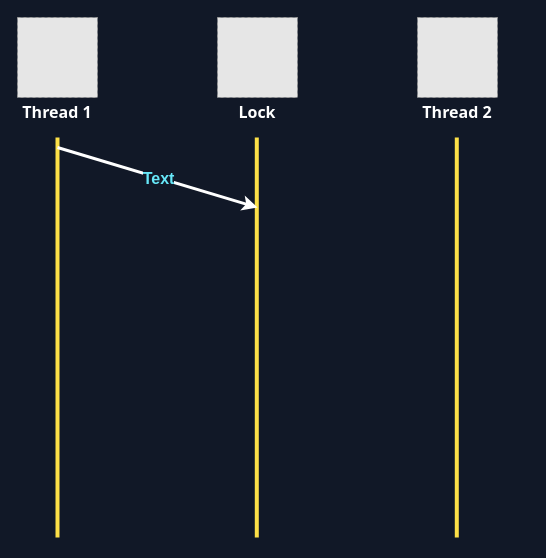
Above: page "Page-2" (2 of 2) of thread_and_process/Thread and Process.drawio in rain1024/python-adventure (draw.io), before the change. Source tidied: cells renumbered, new cells numbered last; positions are measured from the earlier drawing's top-left corner, leaving out a move shared by most shapes. Both pictures are drawn from the tidied source at 100%, with x=0, y=0 at pixel (17, 17). Pictures stored in the file or linked from it are replaced by grey dashed boxes.
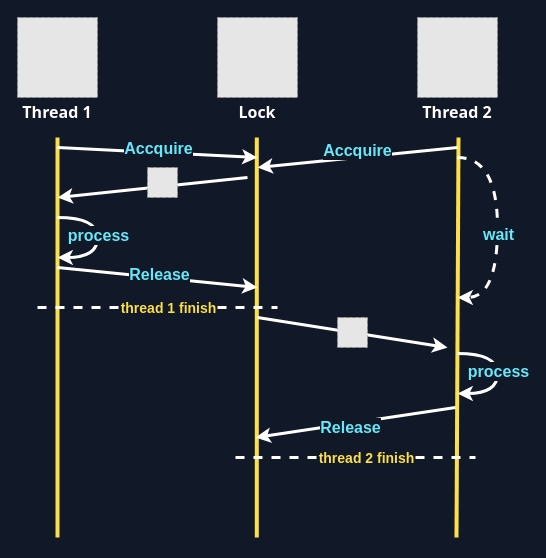
After the change.

The edit, as a diff of the source:
```diff
@@
     <mxCell id="10" style="endArrow=none;html=1;rounded=0;strokeWidth=4;strokeColor=#FDE047;" parent="1" edge="1">
       <mxGeometry relative="1" as="geometry">
-        <mxPoint x="439.3" y="520" as="sourcePoint" />
-        <mxPoint x="439.3" y="120" as="targetPoint" />
+        <mxPoint x="439" y="520" as="sourcePoint" />
+        <mxPoint x="441" y="120" as="targetPoint" />
       </mxGeometry>
     </mxCell>
     <mxCell id="11" style="endArrow=classic;html=1;rounded=0;strokeWidth=3;strokeColor=#FFFFFF;" parent="1" edge="1">
       <mxGeometry relative="1" as="geometry">
         <mxPoint x="40" y="130" as="sourcePoint" />
-        <mxPoint x="240" y="190" as="targetPoint" />
+        <mxPoint x="240" y="140" as="targetPoint" />
       </mxGeometry>
     </mxCell>
-    <mxCell id="12" value="&lt;span&gt;&lt;font style=&quot;font-size: 16px; color: rgb(103, 232, 249);&quot;&gt;&lt;b&gt;Text&lt;/b&gt;&lt;/font&gt;&lt;/span&gt;" style="edgeLabel;html=1;align=center;verticalAlign=middle;labelBackgroundColor=#111827;" parent="11" vertex="1">
+    <mxCell id="12" value="&lt;span&gt;&lt;font style=&quot;font-size: 16px; color: rgb(103, 232, 249);&quot;&gt;&lt;b&gt;Accquire&lt;/b&gt;&lt;/font&gt;&lt;/span&gt;" style="edgeLabel;html=1;align=center;verticalAlign=middle;labelBackgroundColor=#111827;" parent="11" vertex="1">
       <mxGeometry x="0.18" y="-2" relative="1" as="geometry">
         <mxPoint x="-17" y="-7" as="offset" />
       </mxGeometry>
     </mxCell>
+    <mxCell id="13" style="endArrow=classic;html=1;rounded=0;strokeWidth=3;strokeColor=#FFFFFF;" parent="1" edge="1">
+      <mxGeometry relative="1" as="geometry">
+        <mxPoint x="440" y="130" as="sourcePoint" />
+        <mxPoint x="240" y="150" as="targetPoint" />
+      </mxGeometry>
+    </mxCell>
+    <mxCell id="14" value="&lt;span&gt;&lt;font style=&quot;font-size: 16px; color: rgb(103, 232, 249);&quot;&gt;&lt;b&gt;Accquire&lt;/b&gt;&lt;/font&gt;&lt;/span&gt;" style="edgeLabel;html=1;align=center;verticalAlign=middle;labelBackgroundColor=#111827;" parent="13" vertex="1">
+      <mxGeometry x="0.18" y="-2" relative="1" as="geometry">
+        <mxPoint x="18" y="-7" as="offset" />
+      </mxGeometry>
+    </mxCell>
+    <mxCell id="15" style="endArrow=classic;html=1;rounded=0;strokeWidth=3;strokeColor=#FFFFFF;" parent="1" edge="1">
+      <mxGeometry relative="1" as="geometry">
+        <mxPoint x="230" y="160" as="sourcePoint" />
+        <mxPoint x="40" y="180" as="targetPoint" />
+      </mxGeometry>
+    </mxCell>
+    <mxCell id="16" style="endArrow=classic;html=1;rounded=0;strokeWidth=3;strokeColor=#FFFFFF;edgeStyle=orthogonalEdgeStyle;curved=1;dashed=1;flowAnimation=0;" parent="1" edge="1">
+      <mxGeometry relative="1" as="geometry">
+        <mxPoint x="440" y="140" as="sourcePoint" />
+        <mxPoint x="440" y="280" as="targetPoint" />
+        <Array as="points">
+          <mxPoint x="480" y="140" />
+          <mxPoint x="480" y="280" />
+        </Array>
+      </mxGeometry>
+    </mxCell>
+    <mxCell id="17" value="&lt;span&gt;&lt;font style=&quot;font-size: 16px; color: rgb(103, 232, 249);&quot;&gt;&lt;b&gt;wait&lt;/b&gt;&lt;/font&gt;&lt;/span&gt;" style="edgeLabel;html=1;align=center;verticalAlign=middle;labelBackgroundColor=#111827;" parent="16" vertex="1">
+      <mxGeometry x="0.18" y="-2" relative="1" as="geometry">
+        <mxPoint x="2" y="-14" as="offset" />
+      </mxGeometry>
+    </mxCell>
+    <mxCell id="18" style="endArrow=classic;html=1;rounded=0;strokeWidth=3;strokeColor=#FFFFFF;edgeStyle=orthogonalEdgeStyle;curved=1;flowAnimation=0;" parent="1" edge="1">
+      <mxGeometry relative="1" as="geometry">
+        <mxPoint x="40" y="200" as="sourcePoint" />
+        <mxPoint x="40" y="240" as="targetPoint" />
+        <Array as="points">
+          <mxPoint x="80" y="200" />
+          <mxPoint x="80" y="240" />
+          <mxPoint x="40" y="240" />
+        </Array>
+      </mxGeometry>
+    </mxCell>
+    <mxCell id="19" value="&lt;span&gt;&lt;font style=&quot;font-size: 16px; color: rgb(103, 232, 249);&quot;&gt;&lt;b&gt;process&lt;/b&gt;&lt;/font&gt;&lt;/span&gt;" style="edgeLabel;html=1;align=center;verticalAlign=middle;labelBackgroundColor=#111827;" parent="18" vertex="1">
+      <mxGeometry x="0.18" y="-2" relative="1" as="geometry">
+        <mxPoint x="2" y="-14" as="offset" />
+      </mxGeometry>
+    </mxCell>
+    <mxCell id="20" style="endArrow=classic;html=1;rounded=0;strokeWidth=3;strokeColor=#FFFFFF;" parent="1" edge="1">
+      <mxGeometry relative="1" as="geometry">
+        <mxPoint x="40" y="250" as="sourcePoint" />
+        <mxPoint x="240" y="270" as="targetPoint" />
+      </mxGeometry>
+    </mxCell>
+    <mxCell id="21" value="&lt;font color=&quot;#67e8f9&quot;&gt;&lt;span style=&quot;font-size: 16px;&quot;&gt;&lt;b&gt;Release&lt;/b&gt;&lt;/span&gt;&lt;/font&gt;" style="edgeLabel;html=1;align=center;verticalAlign=middle;labelBackgroundColor=#111827;" parent="20" vertex="1">
+      <mxGeometry x="0.18" y="-2" relative="1" as="geometry">
+        <mxPoint x="-17" y="-7" as="offset" />
+      </mxGeometry>
+    </mxCell>
+    <mxCell id="22" style="endArrow=none;html=1;rounded=0;strokeWidth=3;strokeColor=#FFFFFF;endFill=0;dashed=1;flowAnimation=1;" parent="1" edge="1">
+      <mxGeometry relative="1" as="geometry">
+        <mxPoint x="20" y="290" as="sourcePoint" />
+        <mxPoint x="260" y="290" as="targetPoint" />
+      </mxGeometry>
+    </mxCell>
+    <mxCell id="23" value="&lt;font style=&quot;font-size: 14px; color: rgb(253, 224, 71);&quot;&gt;&lt;b style=&quot;&quot;&gt;thread 1 finish&lt;/b&gt;&lt;/font&gt;" style="edgeLabel;html=1;align=center;verticalAlign=middle;labelBackgroundColor=#111827;" parent="22" vertex="1">
+      <mxGeometry x="0.18" y="-2" relative="1" as="geometry">
+        <mxPoint x="-12" y="-2" as="offset" />
+      </mxGeometry>
+    </mxCell>
+    <mxCell id="24" style="endArrow=classic;html=1;rounded=0;strokeWidth=3;strokeColor=#FFFFFF;edgeStyle=orthogonalEdgeStyle;curved=1;flowAnimation=0;" parent="1" edge="1">
+      <mxGeometry relative="1" as="geometry">
+        <mxPoint x="440" y="336" as="sourcePoint" />
+        <mxPoint x="440" y="376" as="targetPoint" />
+        <Array as="points">
+          <mxPoint x="480" y="336" />
+          <mxPoint x="480" y="376" />
+        </Array>
+      </mxGeometry>
+    </mxCell>
+    <mxCell id="25" value="&lt;span&gt;&lt;font style=&quot;font-size: 16px; color: rgb(103, 232, 249);&quot;&gt;&lt;b&gt;process&lt;/b&gt;&lt;/font&gt;&lt;/span&gt;" style="edgeLabel;html=1;align=center;verticalAlign=middle;labelBackgroundColor=#111827;" parent="24" vertex="1">
+      <mxGeometry x="0.18" y="-2" relative="1" as="geometry">
+        <mxPoint x="2" y="-14" as="offset" />
+      </mxGeometry>
+    </mxCell>
+    <mxCell id="26" style="endArrow=classic;html=1;rounded=0;strokeWidth=3;strokeColor=#FFFFFF;" parent="1" edge="1">
+      <mxGeometry relative="1" as="geometry">
+        <mxPoint x="240" y="300" as="sourcePoint" />
+        <mxPoint x="430" y="330" as="targetPoint" />
+      </mxGeometry>
+    </mxCell>
+    <mxCell id="27" style="fillColor=#E6E6E6;strokeColor=#999999;dashed=1;" parent="1" vertex="1">
+      <mxGeometry x="130" y="150" width="30" height="30" as="geometry" />
+    </mxCell>
+    <mxCell id="28" style="fillColor=#E6E6E6;strokeColor=#999999;dashed=1;" parent="1" vertex="1">
+      <mxGeometry x="320" y="300" width="30" height="30" as="geometry" />
+    </mxCell>
+    <mxCell id="29" style="endArrow=classic;html=1;rounded=0;strokeWidth=3;strokeColor=#FFFFFF;" parent="1" edge="1">
+      <mxGeometry relative="1" as="geometry">
+        <mxPoint x="438" y="390" as="sourcePoint" />
+        <mxPoint x="238" y="420" as="targetPoint" />
+      </mxGeometry>
+    </mxCell>
+    <mxCell id="30" value="&lt;font color=&quot;#67e8f9&quot;&gt;&lt;span style=&quot;font-size: 16px;&quot;&gt;&lt;b&gt;Release&lt;/b&gt;&lt;/span&gt;&lt;/font&gt;" style="edgeLabel;html=1;align=center;verticalAlign=middle;labelBackgroundColor=#111827;" parent="29" vertex="1">
+      <mxGeometry x="0.18" y="-2" relative="1" as="geometry">
+        <mxPoint x="12" y="4" as="offset" />
+      </mxGeometry>
+    </mxCell>
+    <mxCell id="31" style="endArrow=none;html=1;rounded=0;strokeWidth=3;strokeColor=#FFFFFF;endFill=0;dashed=1;flowAnimation=1;" parent="1" edge="1">
+      <mxGeometry relative="1" as="geometry">
+        <mxPoint x="218" y="440" as="sourcePoint" />
+        <mxPoint x="458" y="440" as="targetPoint" />
+      </mxGeometry>
+    </mxCell>
+    <mxCell id="32" value="&lt;font style=&quot;font-size: 14px; color: rgb(253, 224, 71);&quot;&gt;&lt;b style=&quot;&quot;&gt;thread 2 finish&lt;/b&gt;&lt;/font&gt;" style="edgeLabel;html=1;align=center;verticalAlign=middle;labelBackgroundColor=#111827;" parent="31" vertex="1">
+      <mxGeometry x="0.18" y="-2" relative="1" as="geometry">
+        <mxPoint x="-12" y="-2" as="offset" />
+      </mxGeometry>
+    </mxCell>
```
